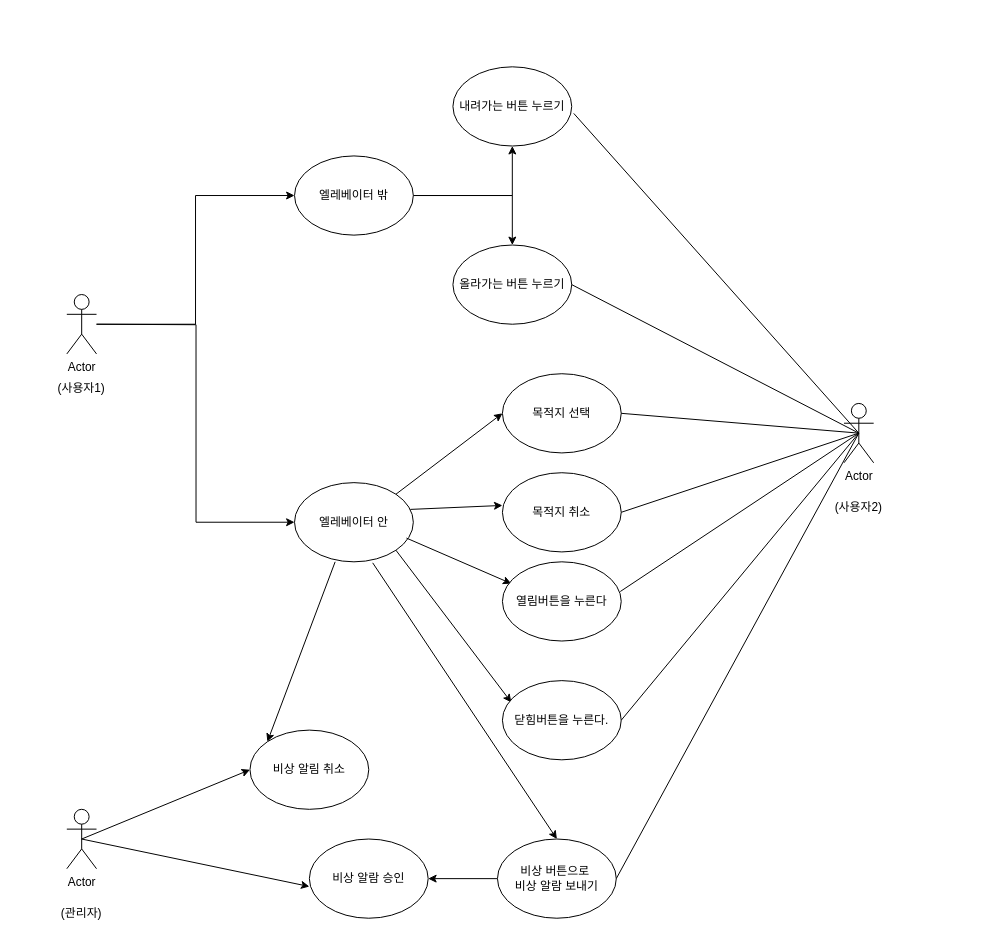
Before: 엘레베이터 정의서.drawio in doit0/usecase-diagram, a draw.io diagram. Source tidied: cells renumbered, new cells numbered last; positions are measured from the earlier drawing's top-left corner, leaving out a move shared by most shapes. Both pictures are drawn from the tidied source at 99%, with x=0, y=0 at pixel (51, 66).
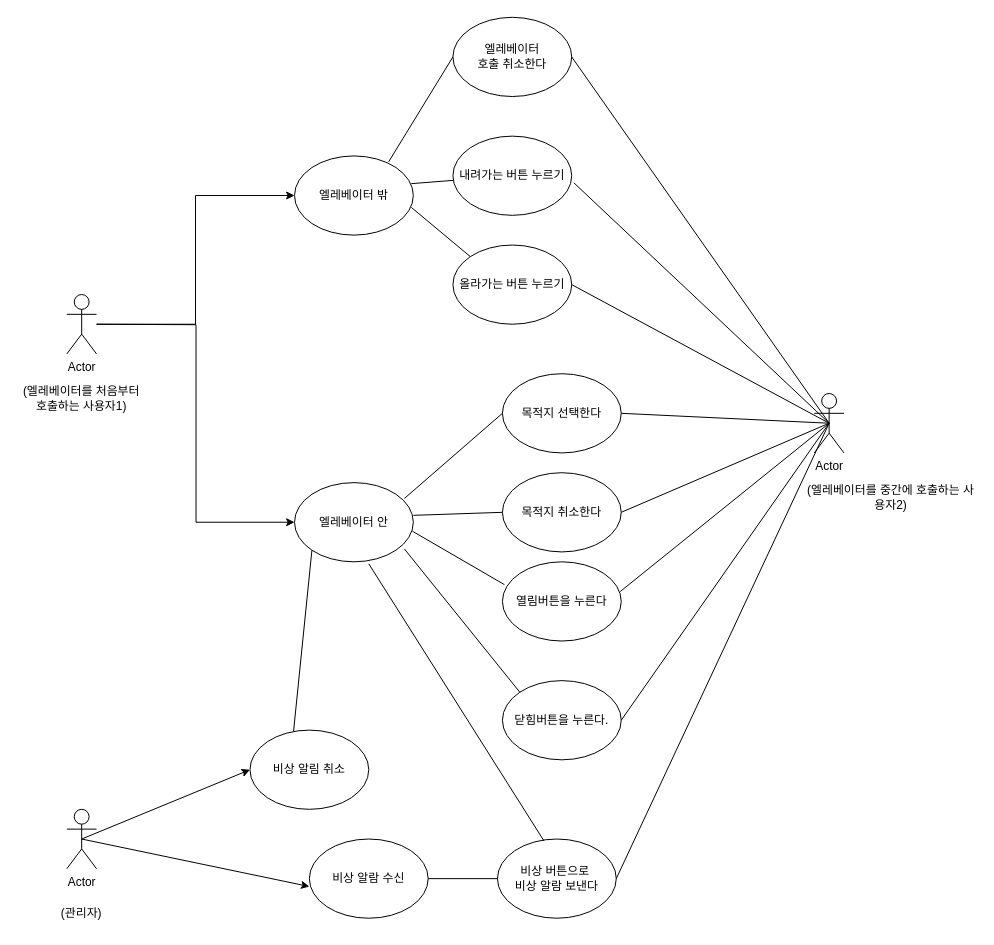
The same diagram, later.

Commit message:
엘레베이터 정의서.drawio 업데이트

Unchanged cells that the change refers to:
```xml
<mxCell id="8" value="엘레베이터 밖" style="ellipse;whiteSpace=wrap;html=1;" parent="1" vertex="1">
  <mxGeometry x="245" y="90" width="120" height="80" as="geometry" />
</mxCell>
<mxCell id="10" value="엘레베이터 안" style="ellipse;whiteSpace=wrap;html=1;" parent="1" vertex="1">
  <mxGeometry x="245" y="420" width="120" height="80" as="geometry" />
</mxCell>
<mxCell id="12" value="올라가는 버튼 누르기" style="ellipse;whiteSpace=wrap;html=1;" parent="1" vertex="1">
  <mxGeometry x="405" y="180" width="120" height="80" as="geometry" />
</mxCell>
<mxCell id="18" value="열림버튼을 누른다" style="ellipse;whiteSpace=wrap;html=1;" parent="1" vertex="1">
  <mxGeometry x="455" y="500" width="120" height="80" as="geometry" />
</mxCell>
<mxCell id="20" value="닫힘버튼을 누른다." style="ellipse;whiteSpace=wrap;html=1;" parent="1" vertex="1">
  <mxGeometry x="455" y="620" width="120" height="80" as="geometry" />
</mxCell>
<mxCell id="25" value="비상 알림 취소" style="ellipse;whiteSpace=wrap;html=1;" parent="1" vertex="1">
  <mxGeometry x="200" y="670" width="120" height="80" as="geometry" />
</mxCell>
```

The edit, as a diff of the source:
```diff
@@
     <mxCell id="5" value="Actor" style="shape=umlActor;verticalLabelPosition=bottom;verticalAlign=top;html=1;outlineConnect=0;" parent="1" vertex="1">
-      <mxGeometry x="800" y="340" width="30" height="60" as="geometry" />
+      <mxGeometry x="770" y="330" width="30" height="60" as="geometry" />
     </mxCell>
-    <mxCell id="6" style="edgeStyle=orthogonalEdgeStyle;rounded=0;jettySize=auto;html=1;" parent="1" edge="1" source="8" target="11">
-      <mxGeometry relative="1" as="geometry" />
-    </mxCell>
-    <mxCell id="7" style="edgeStyle=orthogonalEdgeStyle;rounded=0;jettySize=auto;html=1;" parent="1" edge="1" source="8" target="12">
-      <mxGeometry relative="1" as="geometry" />
-    </mxCell>
@@
     <mxCell id="11" value="내려가는 버튼 누르기" style="ellipse;whiteSpace=wrap;html=1;" parent="1" vertex="1">
-      <mxGeometry x="405" width="120" height="80" as="geometry" />
+      <mxGeometry x="405" y="70" width="120" height="80" as="geometry" />
     </mxCell>
@@
-    <mxCell id="13" style="endArrow=classic;html=1;rounded=0;exitX=1;exitY=0;exitDx=0;exitDy=0;entryX=0;entryY=0.5;entryDx=0;entryDy=0;" parent="1" edge="1" source="10" target="14">
-      <mxGeometry relative="1" as="geometry" />
-    </mxCell>
-    <mxCell id="14" value="목적지 선택" style="ellipse;whiteSpace=wrap;html=1;" parent="1" vertex="1">
+    <mxCell id="14" value="목적지 선택한다" style="ellipse;whiteSpace=wrap;html=1;" parent="1" vertex="1">
       <mxGeometry x="455" y="310" width="120" height="80" as="geometry" />
     </mxCell>
-    <mxCell id="15" style="endArrow=classic;html=1;rounded=0;exitX=0.975;exitY=0.338;exitDx=0;exitDy=0;exitPerimeter=0;entryX=0;entryY=0.413;entryDx=0;entryDy=0;entryPerimeter=0;" parent="1" edge="1" source="10" target="17">
-      <mxGeometry relative="1" as="geometry" />
-    </mxCell>
-    <mxCell id="16" style="endArrow=classic;html=1;rounded=0;exitX=0.942;exitY=0.7;exitDx=0;exitDy=0;exitPerimeter=0;entryX=0.075;entryY=0.275;entryDx=0;entryDy=0;entryPerimeter=0;" parent="1" edge="1" source="10" target="18">
-      <mxGeometry relative="1" as="geometry" />
-    </mxCell>
-    <mxCell id="17" value="목적지 취소" style="ellipse;whiteSpace=wrap;html=1;" parent="1" vertex="1">
+    <mxCell id="17" value="목적지 취소한다" style="ellipse;whiteSpace=wrap;html=1;" parent="1" vertex="1">
       <mxGeometry x="455" y="410" width="120" height="80" as="geometry" />
     </mxCell>
@@
-    <mxCell id="19" style="endArrow=classic;html=1;rounded=0;exitX=1;exitY=1;exitDx=0;exitDy=0;entryX=0.075;entryY=0.275;entryDx=0;entryDy=0;entryPerimeter=0;" parent="1" edge="1" source="10" target="20">
-      <mxGeometry relative="1" as="geometry" />
-    </mxCell>
@@
-    <mxCell id="21" style="endArrow=classic;html=1;rounded=0;exitX=0.658;exitY=1.013;exitDx=0;exitDy=0;entryX=0.5;entryY=0;entryDx=0;entryDy=0;exitPerimeter=0;" parent="1" edge="1" source="10" target="23">
-      <mxGeometry relative="1" as="geometry" />
-    </mxCell>
-    <mxCell id="22" style="edgeStyle=orthogonalEdgeStyle;rounded=0;jettySize=auto;html=1;" parent="1" edge="1" source="23" target="29">
-      <mxGeometry relative="1" as="geometry" />
-    </mxCell>
-    <mxCell id="23" value="비상 버튼으로&amp;nbsp;&lt;br&gt;비상 알람 보내기" style="ellipse;whiteSpace=wrap;html=1;" parent="1" vertex="1">
+    <mxCell id="23" value="비상 버튼으로&amp;nbsp;&lt;br&gt;비상 알람 보낸다" style="ellipse;whiteSpace=wrap;html=1;" parent="1" vertex="1">
       <mxGeometry x="450" y="780" width="120" height="80" as="geometry" />
     </mxCell>
-    <mxCell id="24" style="endArrow=classic;html=1;rounded=0;entryX=0;entryY=0;entryDx=0;entryDy=0;exitX=0.342;exitY=1;exitDx=0;exitDy=0;exitPerimeter=0;" parent="1" edge="1" source="10" target="25">
-      <mxGeometry relative="1" as="geometry" />
-    </mxCell>
@@
-    <mxCell id="26" value="(사용자1)" style="text;html=1;strokeColor=none;fillColor=none;align=center;verticalAlign=middle;whiteSpace=wrap;rounded=0;" parent="1" vertex="1">
-      <mxGeometry y="310" width="60" height="30" as="geometry" />
+    <mxCell id="26" value="(엘레베이터를 처음부터 호출하는 사용자1)" style="text;html=1;strokeColor=none;fillColor=none;align=center;verticalAlign=middle;whiteSpace=wrap;rounded=0;" parent="1" vertex="1">
+      <mxGeometry x="-35" y="310" width="130" height="50" as="geometry" />
     </mxCell>
@@
-    <mxCell id="29" value="비상 알람 승인" style="ellipse;whiteSpace=wrap;html=1;" parent="1" vertex="1">
+    <mxCell id="29" value="비상 알람 수신" style="ellipse;whiteSpace=wrap;html=1;" parent="1" vertex="1">
       <mxGeometry x="260" y="780" width="120" height="80" as="geometry" />
     </mxCell>
@@
-    <mxCell id="38" value="(사용자2)" style="text;html=1;strokeColor=none;fillColor=none;align=center;verticalAlign=middle;whiteSpace=wrap;rounded=0;" parent="1" vertex="1">
-      <mxGeometry x="785" y="430" width="60" height="30" as="geometry" />
+    <mxCell id="38" value="(엘레베이터를 중간에 호출하는 사용자2)" style="text;html=1;strokeColor=none;fillColor=none;align=center;verticalAlign=middle;whiteSpace=wrap;rounded=0;" parent="1" vertex="1">
+      <mxGeometry x="760" y="420" width="175" height="30" as="geometry" />
     </mxCell>
+    <mxCell id="39" style="endArrow=none;html=1;rounded=0;exitX=1;exitY=0.5;exitDx=0;exitDy=0;entryX=0;entryY=0.5;entryDx=0;entryDy=0;" parent="1" edge="1" source="29" target="23">
+      <mxGeometry relative="1" as="geometry" />
+    </mxCell>
+    <mxCell id="40" style="endArrow=none;html=1;rounded=0;exitX=0.392;exitY=0.025;exitDx=0;exitDy=0;entryX=0.625;entryY=1.025;entryDx=0;entryDy=0;entryPerimeter=0;exitPerimeter=0;" parent="1" edge="1" source="23" target="10">
+      <mxGeometry relative="1" as="geometry" />
+    </mxCell>
+    <mxCell id="41" style="endArrow=none;html=1;rounded=0;exitX=0;exitY=0.5;exitDx=0;exitDy=0;entryX=0.925;entryY=0.2;entryDx=0;entryDy=0;entryPerimeter=0;" parent="1" edge="1" source="14" target="10">
+      <mxGeometry relative="1" as="geometry" />
+    </mxCell>
+    <mxCell id="42" style="endArrow=none;html=1;rounded=0;exitX=0;exitY=0.5;exitDx=0;exitDy=0;entryX=1;entryY=0.413;entryDx=0;entryDy=0;entryPerimeter=0;" parent="1" edge="1" source="17" target="10">
+      <mxGeometry relative="1" as="geometry" />
+    </mxCell>
+    <mxCell id="43" style="endArrow=none;html=1;rounded=0;exitX=0.017;exitY=0.288;exitDx=0;exitDy=0;entryX=0.992;entryY=0.613;entryDx=0;entryDy=0;entryPerimeter=0;exitPerimeter=0;" parent="1" edge="1" source="18" target="10">
+      <mxGeometry relative="1" as="geometry" />
+    </mxCell>
+    <mxCell id="44" style="endArrow=none;html=1;rounded=0;entryX=0.925;entryY=0.838;entryDx=0;entryDy=0;entryPerimeter=0;exitX=0;exitY=0;exitDx=0;exitDy=0;" parent="1" edge="1" source="20" target="10">
+      <mxGeometry relative="1" as="geometry" />
+    </mxCell>
+    <mxCell id="45" style="endArrow=none;html=1;rounded=0;exitX=0.367;exitY=0.013;exitDx=0;exitDy=0;entryX=0;entryY=1;entryDx=0;entryDy=0;exitPerimeter=0;" parent="1" edge="1" source="25" target="10">
+      <mxGeometry relative="1" as="geometry" />
+    </mxCell>
+    <mxCell id="46" style="endArrow=none;html=1;rounded=0;entryX=0.983;entryY=0.35;entryDx=0;entryDy=0;entryPerimeter=0;" parent="1" edge="1" source="11" target="8">
+      <mxGeometry relative="1" as="geometry" />
+    </mxCell>
+    <mxCell id="47" style="endArrow=none;html=1;rounded=0;exitX=0;exitY=0;exitDx=0;exitDy=0;entryX=0.983;entryY=0.65;entryDx=0;entryDy=0;entryPerimeter=0;" parent="1" edge="1" source="12" target="8">
+      <mxGeometry relative="1" as="geometry" />
+    </mxCell>
+    <mxCell id="48" value="엘레베이터&lt;br&gt;호출 취소한다" style="ellipse;whiteSpace=wrap;html=1;" parent="1" vertex="1">
+      <mxGeometry x="405" y="-50" width="120" height="80" as="geometry" />
+    </mxCell>
+    <mxCell id="49" style="endArrow=none;html=1;rounded=0;entryX=0.792;entryY=0.075;entryDx=0;entryDy=0;entryPerimeter=0;exitX=0;exitY=0.5;exitDx=0;exitDy=0;" parent="1" edge="1" source="48" target="8">
+      <mxGeometry relative="1" as="geometry" />
+    </mxCell>
+    <mxCell id="50" style="endArrow=none;html=1;rounded=0;exitX=1;exitY=0.5;exitDx=0;exitDy=0;entryX=0.5;entryY=0.5;entryDx=0;entryDy=0;entryPerimeter=0;" parent="1" edge="1" source="48" target="5">
+      <mxGeometry relative="1" as="geometry" />
+    </mxCell>
```
